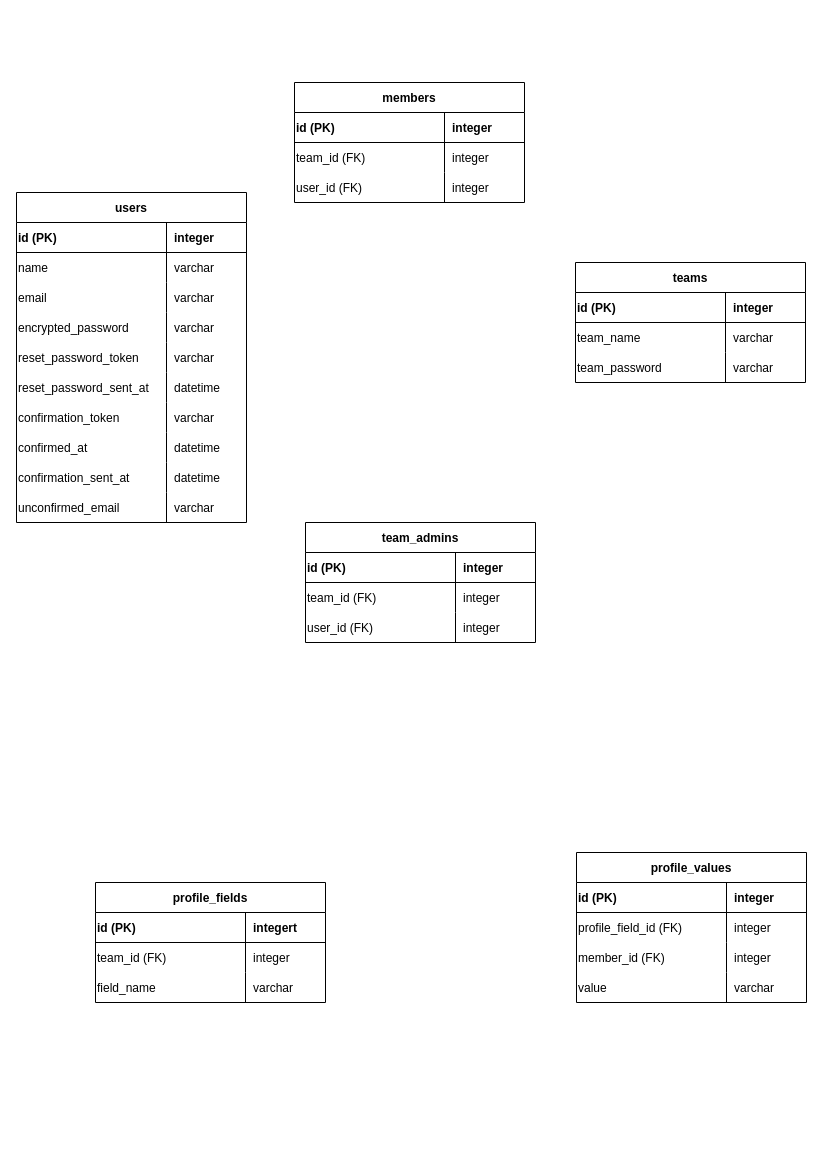
Above: .dio in YutaKakiki/members_hub (draw.io), before the change. Source tidied: cells renumbered, new cells numbered last; positions are measured from the earlier drawing's top-left corner, leaving out a move shared by most shapes. Both pictures are drawn from the tidied source at 100%, with x=0, y=0 at pixel (16, 82).
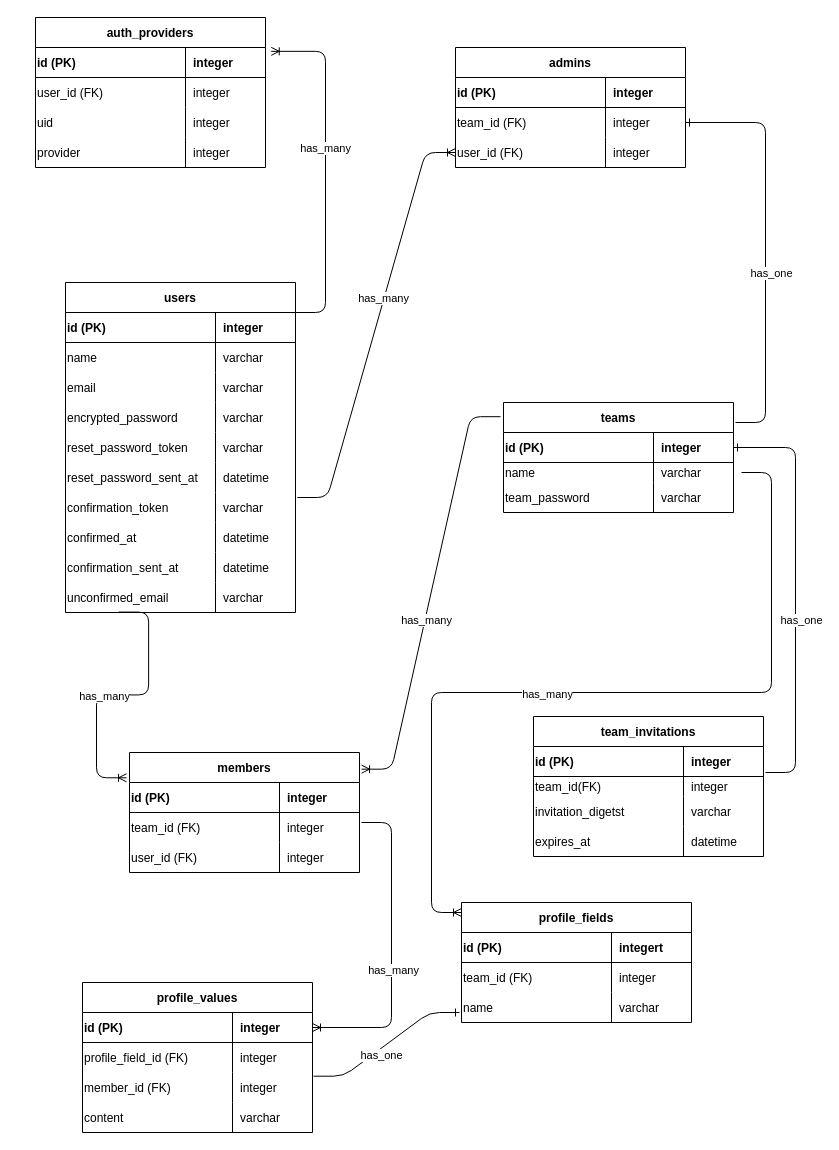
After the change.

Unchanged cells that the change refers to:
```xml
<mxCell id="21" style="shape=tableRow;horizontal=0;startSize=0;swimlaneHead=0;swimlaneBody=0;fillColor=none;points=[[0,0.5],[1,0.5]];portConstraint=eastwest;top=0;left=0;right=0;bottom=0;" parent="2" vertex="1">
  <mxGeometry y="210" width="230" height="30" as="geometry" />
</mxCell>
<mxCell id="30" style="shape=tableRow;horizontal=0;startSize=0;swimlaneHead=0;swimlaneBody=0;fillColor=none;points=[[0,0.5],[1,0.5]];portConstraint=eastwest;top=0;left=0;right=0;bottom=0;" parent="2" vertex="1">
  <mxGeometry y="300" width="230" height="30" as="geometry" />
</mxCell>
<mxCell id="34" style="shape=tableRow;horizontal=0;startSize=0;swimlaneHead=0;swimlaneBody=0;fillColor=none;points=[[0,0.5],[1,0.5]];portConstraint=eastwest;top=0;left=0;right=0;bottom=1;" parent="33" vertex="1">
  <mxGeometry y="30" width="230" height="30" as="geometry" />
</mxCell>
<mxCell id="44" style="shape=tableRow;horizontal=0;startSize=0;swimlaneHead=0;swimlaneBody=0;fillColor=none;points=[[0,0.5],[1,0.5]];portConstraint=eastwest;top=0;left=0;right=0;bottom=1;" parent="43" vertex="1">
  <mxGeometry y="30" width="230" height="30" as="geometry" />
</mxCell>
<mxCell id="57" style="shape=tableRow;horizontal=0;startSize=0;swimlaneHead=0;swimlaneBody=0;fillColor=none;points=[[0,0.5],[1,0.5]];portConstraint=eastwest;top=0;left=0;right=0;bottom=0;" parent="53" vertex="1">
  <mxGeometry y="60" width="230" height="30" as="geometry" />
</mxCell>
<mxCell id="60" style="shape=tableRow;horizontal=0;startSize=0;swimlaneHead=0;swimlaneBody=0;fillColor=none;points=[[0,0.5],[1,0.5]];portConstraint=eastwest;top=0;left=0;right=0;bottom=0;" parent="53" vertex="1">
  <mxGeometry y="90" width="230" height="30" as="geometry" />
</mxCell>
<mxCell id="70" style="shape=tableRow;horizontal=0;startSize=0;swimlaneHead=0;swimlaneBody=0;fillColor=none;top=0;left=0;right=0;bottom=0;" parent="63" vertex="1">
  <mxGeometry y="90" width="230" height="30" as="geometry" />
</mxCell>
<mxCell id="74" style="shape=tableRow;horizontal=0;startSize=0;swimlaneHead=0;swimlaneBody=0;fillColor=none;points=[[0,0.5],[1,0.5]];portConstraint=eastwest;top=0;left=0;right=0;bottom=1;" parent="73" vertex="1">
  <mxGeometry y="30" width="230" height="30" as="geometry" />
</mxCell>
<mxCell id="83" style="shape=tableRow;horizontal=0;startSize=0;swimlaneHead=0;swimlaneBody=0;fillColor=none;top=0;left=0;right=0;bottom=0;" parent="73" vertex="1">
  <mxGeometry y="120" width="230" height="30" as="geometry" />
</mxCell>
```

Diff of the diagram source:
```diff
@@
     <mxCell id="2" value="users" style="shape=table;startSize=30;childLayout=tableLayout;rowLines=0;fontStyle=1;align=center;" parent="1" vertex="1">
-      <mxGeometry y="110" width="230" height="330" as="geometry" />
+      <mxGeometry x="49" y="200" width="230" height="330" as="geometry" />
     </mxCell>
@@
     <mxCell id="33" value="teams" style="shape=table;startSize=30;childLayout=tableLayout;rowLines=0;fontStyle=1;align=center;" parent="1" vertex="1">
-      <mxGeometry x="559" y="180" width="230" height="120" as="geometry" />
+      <mxGeometry x="487" y="320" width="230" height="110" as="geometry" />
     </mxCell>
@@
     <mxCell id="37" style="shape=tableRow;horizontal=0;startSize=0;swimlaneHead=0;swimlaneBody=0;fillColor=none;top=0;left=0;right=0;bottom=0;" parent="33" vertex="1">
-      <mxGeometry y="60" width="230" height="30" as="geometry" />
+      <mxGeometry y="60" width="230" height="20" as="geometry" />
     </mxCell>
-    <mxCell id="38" value="team_name" style="shape=partialRectangle;fillColor=none;top=0;left=0;bottom=0;right=0;overflow=hidden;align=left;" parent="37" vertex="1">
-      <mxGeometry width="150" height="30" as="geometry" />
+    <mxCell id="38" value="name" style="shape=partialRectangle;fillColor=none;top=0;left=0;bottom=0;right=0;overflow=hidden;align=left;" parent="37" vertex="1">
+      <mxGeometry width="150" height="20" as="geometry" />
     </mxCell>
     <mxCell id="39" value="varchar" style="shape=partialRectangle;fillColor=none;top=0;left=0;bottom=0;right=0;align=left;spacingLeft=6;overflow=hidden;" parent="37" vertex="1">
-      <mxGeometry x="150" width="80" height="30" as="geometry" />
+      <mxGeometry x="150" width="80" height="20" as="geometry" />
     </mxCell>
     <mxCell id="40" style="shape=tableRow;horizontal=0;startSize=0;swimlaneHead=0;swimlaneBody=0;fillColor=none;top=0;left=0;right=0;bottom=0;" parent="33" vertex="1">
-      <mxGeometry y="90" width="230" height="30" as="geometry" />
+      <mxGeometry y="80" width="230" height="30" as="geometry" />
     </mxCell>
@@
     <mxCell id="43" value="members" style="shape=table;startSize=30;childLayout=tableLayout;rowLines=0;fontStyle=1;align=center;" parent="1" vertex="1">
-      <mxGeometry x="278" width="230" height="120" as="geometry" />
+      <mxGeometry x="113" y="670" width="230" height="120" as="geometry" />
     </mxCell>
@@
-    <mxCell id="53" value="team_admins" style="shape=table;startSize=30;childLayout=tableLayout;rowLines=0;fontStyle=1;align=center;" parent="1" vertex="1">
-      <mxGeometry x="289" y="440" width="230" height="120" as="geometry" />
+    <mxCell id="53" value="admins" style="shape=table;startSize=30;childLayout=tableLayout;rowLines=0;fontStyle=1;align=center;" parent="1" vertex="1">
+      <mxGeometry x="439" y="-35" width="230" height="120" as="geometry" />
     </mxCell>
@@
     <mxCell id="63" value="profile_fields" style="shape=table;startSize=30;childLayout=tableLayout;rowLines=0;fontStyle=1;align=center;" parent="1" vertex="1">
-      <mxGeometry x="79" y="800" width="230" height="120" as="geometry" />
+      <mxGeometry x="445" y="820" width="230" height="120" as="geometry" />
     </mxCell>
@@
-    <mxCell id="71" value="field_name" style="shape=partialRectangle;fillColor=none;top=0;left=0;bottom=0;right=0;overflow=hidden;align=left;" parent="70" vertex="1">
+    <mxCell id="71" value="name" style="shape=partialRectangle;fillColor=none;top=0;left=0;bottom=0;right=0;overflow=hidden;align=left;" parent="70" vertex="1">
       <mxGeometry width="150" height="30" as="geometry" />
     </mxCell>
@@
     <mxCell id="73" value="profile_values" style="shape=table;startSize=30;childLayout=tableLayout;rowLines=0;fontStyle=1;align=center;" parent="1" vertex="1">
-      <mxGeometry x="560" y="770" width="230" height="150" as="geometry" />
+      <mxGeometry x="66" y="900" width="230" height="150" as="geometry" />
     </mxCell>
@@
-    <mxCell id="84" value="value" style="shape=partialRectangle;fillColor=none;top=0;left=0;bottom=0;right=0;overflow=hidden;align=left;" parent="83" vertex="1">
+    <mxCell id="84" value="content" style="shape=partialRectangle;fillColor=none;top=0;left=0;bottom=0;right=0;overflow=hidden;align=left;" parent="83" vertex="1">
       <mxGeometry width="150" height="30" as="geometry" />
     </mxCell>
@@
+    <mxCell id="86" value="team_invitations" style="shape=table;startSize=30;childLayout=tableLayout;rowLines=0;fontStyle=1;align=center;" parent="1" vertex="1">
+      <mxGeometry x="517" y="634" width="230" height="140" as="geometry" />
+    </mxCell>
+    <mxCell id="87" style="shape=tableRow;horizontal=0;startSize=0;swimlaneHead=0;swimlaneBody=0;fillColor=none;top=0;left=0;right=0;bottom=1;" parent="86" vertex="1">
+      <mxGeometry y="30" width="230" height="30" as="geometry" />
+    </mxCell>
+    <mxCell id="88" value="id (PK)" style="shape=partialRectangle;fillColor=none;top=0;left=0;bottom=0;right=0;fontStyle=1;overflow=hidden;align=left;" parent="87" vertex="1">
+      <mxGeometry width="150" height="30" as="geometry" />
+    </mxCell>
+    <mxCell id="89" value="integer" style="shape=partialRectangle;fillColor=none;top=0;left=0;bottom=0;right=0;align=left;spacingLeft=6;fontStyle=1;overflow=hidden;" parent="87" vertex="1">
+      <mxGeometry x="150" width="80" height="30" as="geometry" />
+    </mxCell>
+    <mxCell id="90" style="shape=tableRow;horizontal=0;startSize=0;swimlaneHead=0;swimlaneBody=0;fillColor=none;top=0;left=0;right=0;bottom=0;" parent="86" vertex="1">
+      <mxGeometry y="60" width="230" height="20" as="geometry" />
+    </mxCell>
+    <mxCell id="91" value="team_id(FK)" style="shape=partialRectangle;fillColor=none;top=0;left=0;bottom=0;right=0;overflow=hidden;align=left;" parent="90" vertex="1">
+      <mxGeometry width="150" height="20" as="geometry" />
+    </mxCell>
+    <mxCell id="92" value="integer" style="shape=partialRectangle;fillColor=none;top=0;left=0;bottom=0;right=0;align=left;spacingLeft=6;overflow=hidden;" parent="90" vertex="1">
+      <mxGeometry x="150" width="80" height="20" as="geometry" />
+    </mxCell>
+    <mxCell id="93" style="shape=tableRow;horizontal=0;startSize=0;swimlaneHead=0;swimlaneBody=0;fillColor=none;top=0;left=0;right=0;bottom=0;" parent="86" vertex="1">
+      <mxGeometry y="80" width="230" height="30" as="geometry" />
+    </mxCell>
+    <mxCell id="94" value="invitation_digetst" style="shape=partialRectangle;fillColor=none;top=0;left=0;bottom=0;right=0;overflow=hidden;align=left;" parent="93" vertex="1">
+      <mxGeometry width="150" height="30" as="geometry" />
+    </mxCell>
+    <mxCell id="95" value="varchar" style="shape=partialRectangle;fillColor=none;top=0;left=0;bottom=0;right=0;align=left;spacingLeft=6;overflow=hidden;" parent="93" vertex="1">
+      <mxGeometry x="150" width="80" height="30" as="geometry" />
+    </mxCell>
+    <mxCell id="96" style="shape=tableRow;horizontal=0;startSize=0;swimlaneHead=0;swimlaneBody=0;fillColor=none;top=0;left=0;right=0;bottom=0;" parent="86" vertex="1">
+      <mxGeometry y="110" width="230" height="30" as="geometry" />
+    </mxCell>
+    <mxCell id="97" value="expires_at" style="shape=partialRectangle;fillColor=none;top=0;left=0;bottom=0;right=0;overflow=hidden;align=left;" parent="96" vertex="1">
+      <mxGeometry width="150" height="30" as="geometry" />
+    </mxCell>
+    <mxCell id="98" value="datetime" style="shape=partialRectangle;fillColor=none;top=0;left=0;bottom=0;right=0;align=left;spacingLeft=6;overflow=hidden;" parent="96" vertex="1">
+      <mxGeometry x="150" width="80" height="30" as="geometry" />
+    </mxCell>
+    <mxCell id="99" style="edgeStyle=entityRelationEdgeStyle;fontSize=12;html=1;endArrow=ERoneToMany;entryX=-0.013;entryY=-0.157;entryDx=0;entryDy=0;entryPerimeter=0;exitX=0.231;exitY=0.986;exitDx=0;exitDy=0;exitPerimeter=0;" parent="1" edge="1" source="30" target="44">
+      <mxGeometry relative="1" as="geometry" />
+    </mxCell>
+    <mxCell id="100" value="has_many" style="edgeLabel;html=1;align=center;verticalAlign=middle;" parent="99" vertex="1">
+      <mxGeometry x="0.13" y="1" relative="1" as="geometry" />
+    </mxCell>
+    <mxCell id="101" style="edgeStyle=entityRelationEdgeStyle;fontSize=12;html=1;endArrow=ERoneToMany;entryX=0;entryY=0.5;entryDx=0;entryDy=0;exitX=1.008;exitY=0.167;exitDx=0;exitDy=0;exitPerimeter=0;" parent="1" edge="1" source="21" target="60">
+      <mxGeometry relative="1" as="geometry" />
+    </mxCell>
+    <mxCell id="102" value="has_many" style="edgeLabel;html=1;align=center;verticalAlign=middle;" parent="101" vertex="1">
+      <mxGeometry x="0.13" y="1" relative="1" as="geometry" />
+    </mxCell>
+    <mxCell id="103" value="auth_providers" style="shape=table;startSize=30;childLayout=tableLayout;rowLines=0;fontStyle=1;align=center;" parent="1" vertex="1">
+      <mxGeometry x="19" y="-65" width="230" height="150" as="geometry" />
+    </mxCell>
+    <mxCell id="104" style="shape=tableRow;horizontal=0;startSize=0;swimlaneHead=0;swimlaneBody=0;fillColor=none;points=[[0,0.5],[1,0.5]];portConstraint=eastwest;top=0;left=0;right=0;bottom=1;" parent="103" vertex="1">
+      <mxGeometry y="30" width="230" height="30" as="geometry" />
+    </mxCell>
+    <mxCell id="105" value="id (PK)" style="shape=partialRectangle;fillColor=none;top=0;left=0;bottom=0;right=0;fontStyle=1;overflow=hidden;align=left;" parent="104" vertex="1">
+      <mxGeometry width="150" height="30" as="geometry" />
+    </mxCell>
+    <mxCell id="106" value="integer" style="shape=partialRectangle;fillColor=none;top=0;left=0;bottom=0;right=0;align=left;spacingLeft=6;fontStyle=1;overflow=hidden;" parent="104" vertex="1">
+      <mxGeometry x="150" width="80" height="30" as="geometry" />
+    </mxCell>
+    <mxCell id="107" style="shape=tableRow;horizontal=0;startSize=0;swimlaneHead=0;swimlaneBody=0;fillColor=none;top=0;left=0;right=0;bottom=0;" parent="103" vertex="1">
+      <mxGeometry y="60" width="230" height="30" as="geometry" />
+    </mxCell>
+    <mxCell id="108" value="user_id (FK)" style="shape=partialRectangle;fillColor=none;top=0;left=0;bottom=0;right=0;overflow=hidden;align=left;" parent="107" vertex="1">
+      <mxGeometry width="150" height="30" as="geometry" />
+    </mxCell>
+    <mxCell id="109" value="integer" style="shape=partialRectangle;fillColor=none;top=0;left=0;bottom=0;right=0;align=left;spacingLeft=6;overflow=hidden;" parent="107" vertex="1">
+      <mxGeometry x="150" width="80" height="30" as="geometry" />
+    </mxCell>
+    <mxCell id="110" style="shape=tableRow;horizontal=0;startSize=0;swimlaneHead=0;swimlaneBody=0;fillColor=none;top=0;left=0;right=0;bottom=0;" parent="103" vertex="1">
+      <mxGeometry y="90" width="230" height="30" as="geometry" />
+    </mxCell>
+    <mxCell id="111" value="uid" style="shape=partialRectangle;fillColor=none;top=0;left=0;bottom=0;right=0;overflow=hidden;align=left;" parent="110" vertex="1">
+      <mxGeometry width="150" height="30" as="geometry" />
+    </mxCell>
+    <mxCell id="112" value="integer" style="shape=partialRectangle;fillColor=none;top=0;left=0;bottom=0;right=0;align=left;spacingLeft=6;overflow=hidden;" parent="110" vertex="1">
+      <mxGeometry x="150" width="80" height="30" as="geometry" />
+    </mxCell>
+    <mxCell id="113" style="shape=tableRow;horizontal=0;startSize=0;swimlaneHead=0;swimlaneBody=0;fillColor=none;top=0;left=0;right=0;bottom=0;" parent="103" vertex="1">
+      <mxGeometry y="120" width="230" height="30" as="geometry" />
+    </mxCell>
+    <mxCell id="114" value="provider" style="shape=partialRectangle;fillColor=none;top=0;left=0;bottom=0;right=0;overflow=hidden;align=left;" parent="113" vertex="1">
+      <mxGeometry width="150" height="30" as="geometry" />
+    </mxCell>
+    <mxCell id="115" value="integer" style="shape=partialRectangle;fillColor=none;top=0;left=0;bottom=0;right=0;align=left;spacingLeft=6;overflow=hidden;" parent="113" vertex="1">
+      <mxGeometry x="150" width="80" height="30" as="geometry" />
+    </mxCell>
+    <mxCell id="116" style="edgeStyle=entityRelationEdgeStyle;fontSize=12;html=1;endArrow=ERoneToMany;entryX=1.025;entryY=0.128;entryDx=0;entryDy=0;entryPerimeter=0;" parent="1" edge="1" target="104">
+      <mxGeometry relative="1" as="geometry">
+        <mxPoint x="279" y="230" as="sourcePoint" />
+      </mxGeometry>
+    </mxCell>
+    <mxCell id="117" value="has_many" style="edgeLabel;html=1;align=center;verticalAlign=middle;" parent="116" vertex="1">
+      <mxGeometry x="0.13" y="1" relative="1" as="geometry" />
+    </mxCell>
+    <mxCell id="118" style="edgeStyle=entityRelationEdgeStyle;fontSize=12;html=1;endArrow=ERoneToMany;entryX=1.009;entryY=0.139;entryDx=0;entryDy=0;exitX=-0.013;exitY=0.129;exitDx=0;exitDy=0;exitPerimeter=0;entryPerimeter=0;" parent="1" edge="1" source="33" target="43">
+      <mxGeometry relative="1" as="geometry" />
+    </mxCell>
+    <mxCell id="119" value="has_many" style="edgeLabel;html=1;align=center;verticalAlign=middle;" parent="118" vertex="1">
+      <mxGeometry x="0.13" y="1" relative="1" as="geometry" />
+    </mxCell>
+    <mxCell id="120" style="edgeStyle=entityRelationEdgeStyle;fontSize=12;html=1;endArrow=ERone;endFill=1;" parent="1" edge="1" target="57">
+      <mxGeometry relative="1" as="geometry">
+        <mxPoint x="719" y="340" as="sourcePoint" />
+      </mxGeometry>
+    </mxCell>
+    <mxCell id="121" value="has_one" style="edgeLabel;html=1;align=center;verticalAlign=middle;" parent="120" vertex="1">
+      <mxGeometry x="-0.12" y="-5" relative="1" as="geometry" />
+    </mxCell>
+    <mxCell id="122" style="edgeStyle=entityRelationEdgeStyle;fontSize=12;html=1;endArrow=ERone;endFill=1;entryX=1;entryY=0.5;entryDx=0;entryDy=0;" parent="1" edge="1" target="34">
+      <mxGeometry relative="1" as="geometry">
+        <mxPoint x="749" y="690" as="sourcePoint" />
+      </mxGeometry>
+    </mxCell>
+    <mxCell id="123" value="has_one" style="edgeLabel;html=1;align=center;verticalAlign=middle;" parent="122" vertex="1">
+      <mxGeometry x="-0.12" y="-5" relative="1" as="geometry" />
+    </mxCell>
+    <mxCell id="124" style="edgeStyle=entityRelationEdgeStyle;fontSize=12;html=1;endArrow=ERoneToMany;" parent="1" edge="1">
+      <mxGeometry relative="1" as="geometry">
+        <mxPoint x="725" y="390" as="sourcePoint" />
+        <mxPoint x="445" y="830" as="targetPoint" />
+      </mxGeometry>
+    </mxCell>
+    <mxCell id="125" value="has_many" style="edgeLabel;html=1;align=center;verticalAlign=middle;" parent="124" vertex="1">
+      <mxGeometry x="0.13" y="1" relative="1" as="geometry" />
+    </mxCell>
+    <mxCell id="126" style="edgeStyle=entityRelationEdgeStyle;fontSize=12;html=1;endArrow=ERone;endFill=1;exitX=1;exitY=0.122;exitDx=0;exitDy=0;exitPerimeter=0;" parent="1" edge="1">
+      <mxGeometry relative="1" as="geometry">
+        <mxPoint x="297" y="993.7" as="sourcePoint" />
+        <mxPoint x="443" y="930" as="targetPoint" />
+      </mxGeometry>
+    </mxCell>
+    <mxCell id="127" value="has_one" style="edgeLabel;html=1;align=center;verticalAlign=middle;" parent="126" vertex="1">
+      <mxGeometry x="-0.12" y="-5" relative="1" as="geometry" />
+    </mxCell>
+    <mxCell id="128" style="edgeStyle=entityRelationEdgeStyle;fontSize=12;html=1;endArrow=ERoneToMany;entryX=1;entryY=0.5;entryDx=0;entryDy=0;" parent="1" edge="1" target="74">
+      <mxGeometry relative="1" as="geometry">
+        <mxPoint x="345" y="740" as="sourcePoint" />
+      </mxGeometry>
+    </mxCell>
+    <mxCell id="129" value="has_many" style="edgeLabel;html=1;align=center;verticalAlign=middle;" parent="128" vertex="1">
+      <mxGeometry x="0.13" y="1" relative="1" as="geometry" />
+    </mxCell>
```
